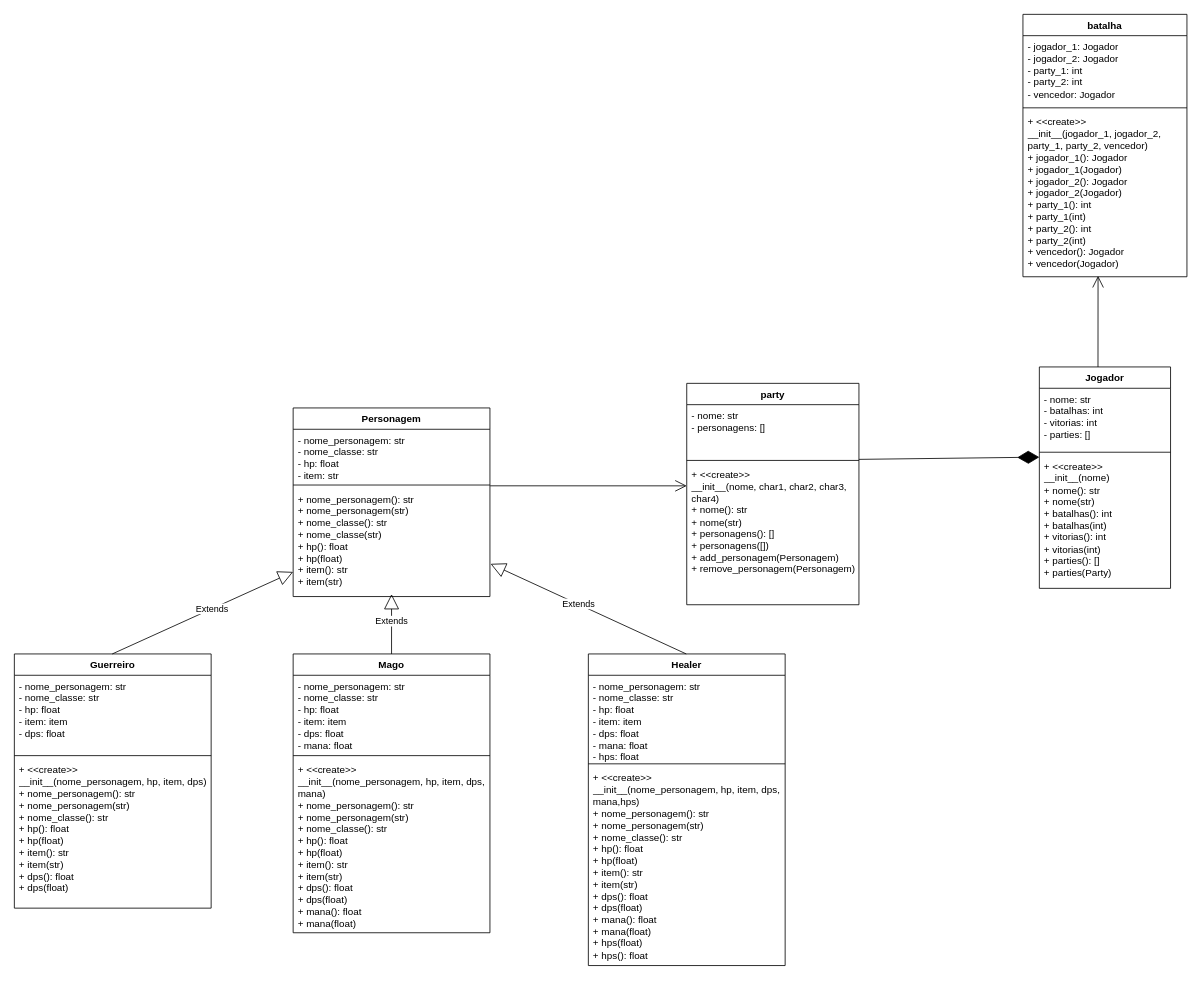
Coelho50/DSO_T1 keeps this draw.io diagram as UML_RPG.drawio. Above is the earlier version. Source tidied: cells renumbered, new cells numbered last; positions are measured from the earlier drawing's top-left corner, leaving out a move shared by most shapes. Both pictures are drawn from the tidied source at 82%, with x=0, y=0 at pixel (14, 14).
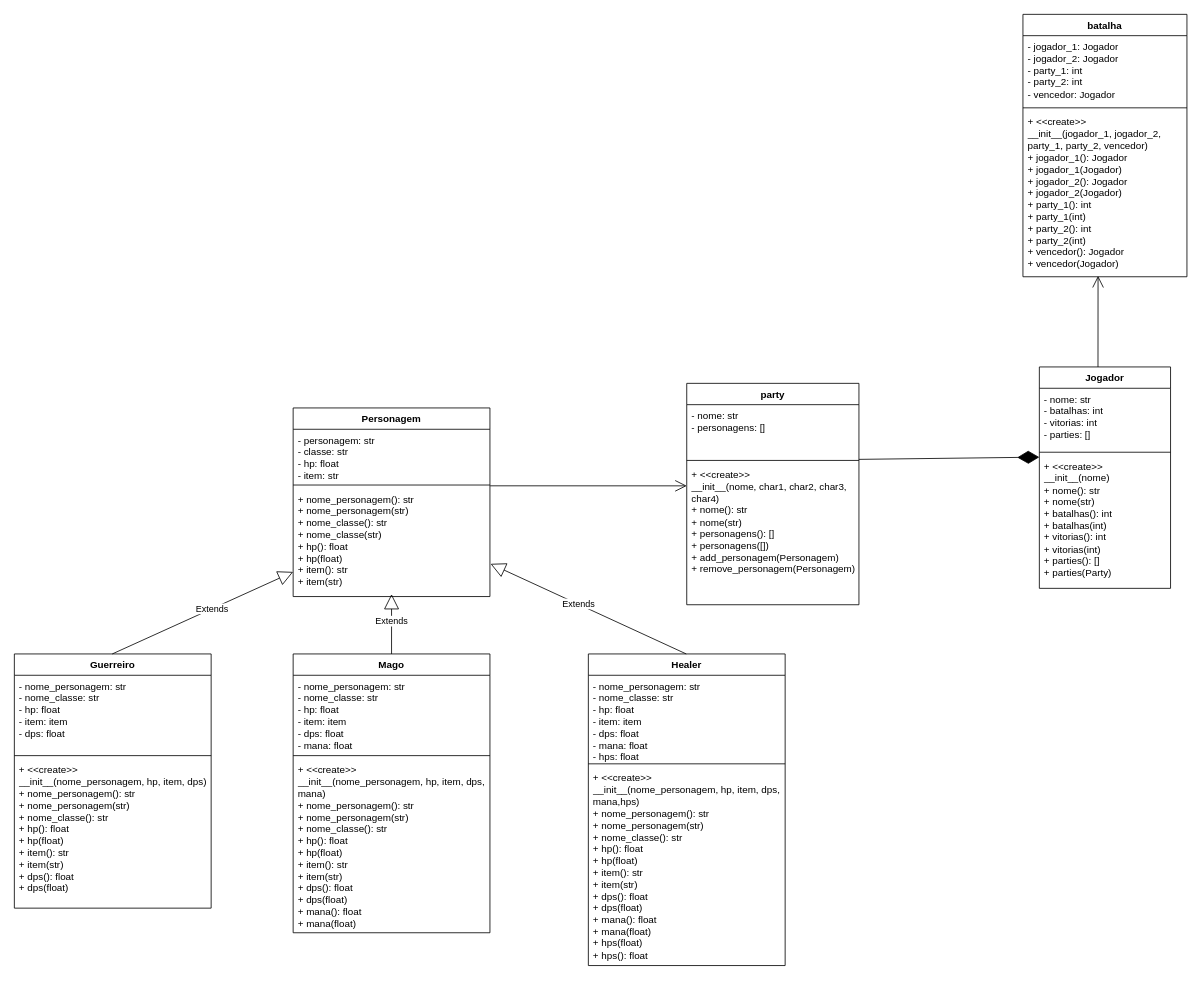
The same diagram, later.

The change refers to these unchanged cells:
```xml
<mxCell id="2" value="Personagem" style="swimlane;fontStyle=1;align=center;verticalAlign=top;horizontal=1;startSize=26;whiteSpace=wrap;html=1;" parent="1" vertex="1">
  <mxGeometry x="340" y="480" width="240" height="230" as="geometry" />
</mxCell>
```

Change to the diagram source:
```diff
@@
-    <mxCell id="3" value="- nome_personagem: str&lt;div&gt;- nome_classe: str&lt;br&gt;&lt;div&gt;- hp: float&lt;/div&gt;&lt;div&gt;- item: str&lt;/div&gt;&lt;/div&gt;" style="text;strokeColor=none;fillColor=none;align=left;verticalAlign=top;spacingLeft=4;spacingRight=4;overflow=hidden;whiteSpace=wrap;html=1;" parent="2" vertex="1">
+    <mxCell id="3" value="- personagem: str&lt;div&gt;- classe: str&lt;br&gt;&lt;div&gt;- hp: float&lt;/div&gt;&lt;div&gt;- item: str&lt;/div&gt;&lt;/div&gt;" style="text;strokeColor=none;fillColor=none;align=left;verticalAlign=top;spacingLeft=4;spacingRight=4;overflow=hidden;whiteSpace=wrap;html=1;" parent="2" vertex="1">
       <mxGeometry y="26" width="240" height="64" as="geometry" />
     </mxCell>
```
